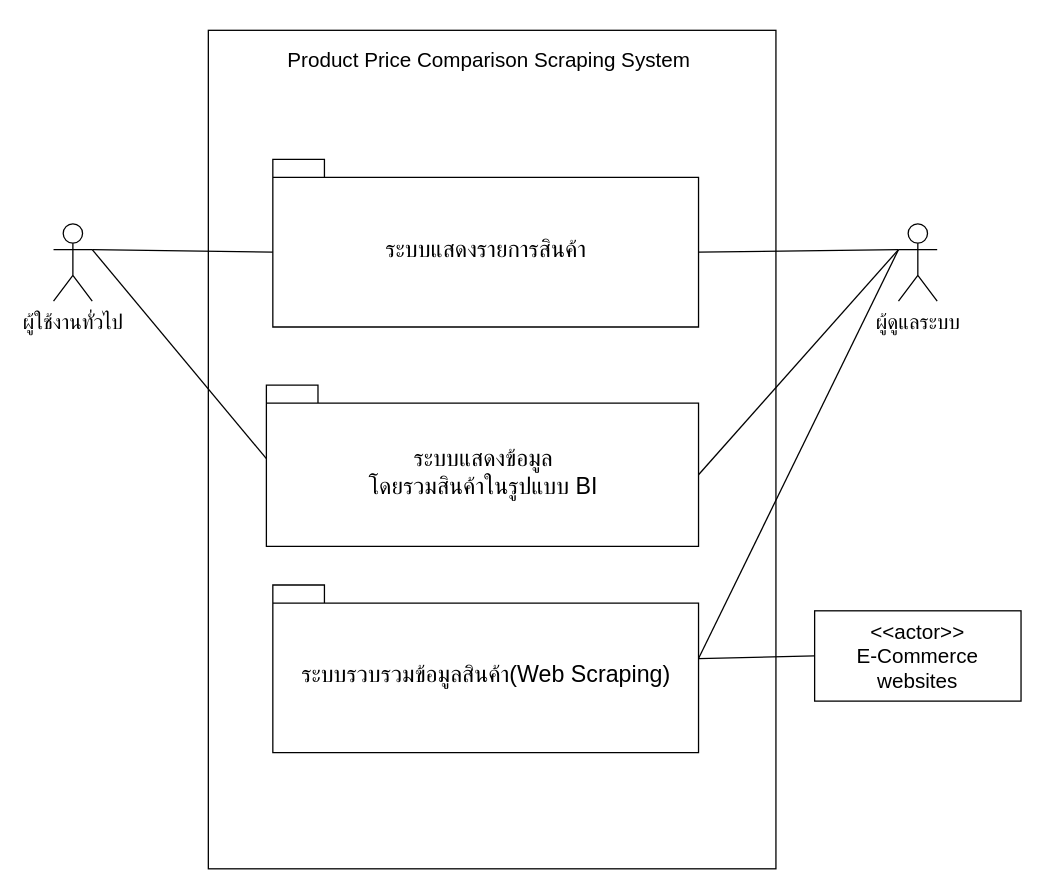
Earlier version of the draw.io diagram Untitled Diagram.drawio (newzyz/Share). Source tidied: cells renumbered, new cells numbered last; positions are measured from the earlier drawing's top-left corner, leaving out a move shared by most shapes. Both pictures are drawn from the tidied source at 129%, with x=0, y=0 at pixel (53, 30).
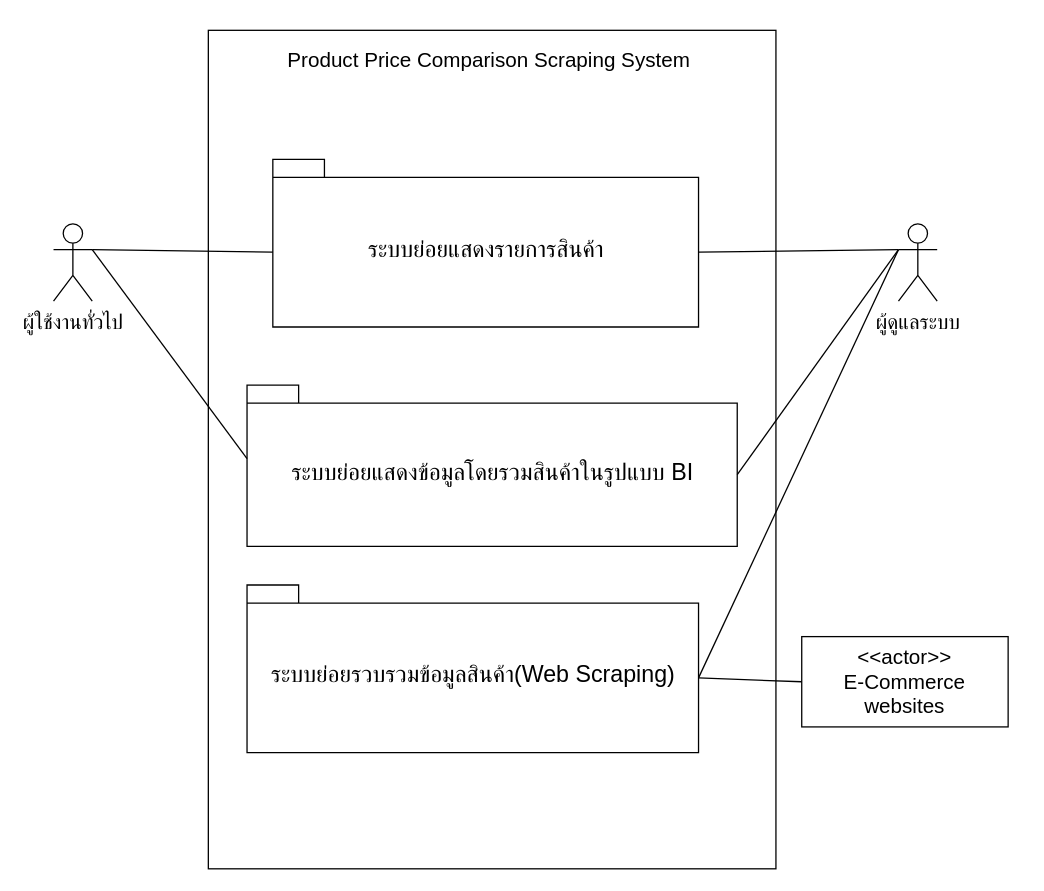
The same diagram, later.

Change to the diagram source:
```diff
@@
 <mxGraphModel>
   <root>
     <mxCell id="0" />
     <mxCell id="1" parent="0" />
     <mxCell id="2" value="&lt;font face=&quot;calibri, sans-serif&quot;&gt;&lt;span style=&quot;font-size: 16px&quot;&gt;&lt;br&gt;Product Price Comparison Scraping System&amp;nbsp;&lt;/span&gt;&lt;/font&gt;" style="rounded=0;whiteSpace=wrap;html=1;spacingTop=-125;spacing=5;spacingBottom=500;" parent="1" vertex="1">
       <mxGeometry x="120" width="440" height="650" as="geometry" />
     </mxCell>
     <mxCell id="3" value="&lt;font style=&quot;font-size: 16px&quot;&gt;ผู้ใช้งานทั่วไป&lt;/font&gt;" style="shape=umlActor;verticalLabelPosition=bottom;verticalAlign=top;html=1;outlineConnect=0;hachureGap=4;" parent="1" vertex="1">
       <mxGeometry y="150" width="30" height="60" as="geometry" />
     </mxCell>
-    <mxCell id="4" value="&lt;font style=&quot;font-size: 18px ; font-weight: normal&quot;&gt;ระบบแสดงรายการสินค้า&lt;/font&gt;" style="shape=folder;fontStyle=1;spacingTop=10;tabWidth=40;tabHeight=14;tabPosition=left;html=1;hachureGap=4;" parent="1" vertex="1">
+    <mxCell id="4" value="&lt;font style=&quot;font-size: 18px ; font-weight: normal&quot;&gt;ระบบย่อยแสดงรายการสินค้า&lt;/font&gt;" style="shape=folder;fontStyle=1;spacingTop=10;tabWidth=40;tabHeight=14;tabPosition=left;html=1;hachureGap=4;" parent="1" vertex="1">
       <mxGeometry x="170" y="100" width="330" height="130" as="geometry" />
     </mxCell>
     <mxCell id="5" style="endArrow=none;html=1;startSize=14;endSize=14;sourcePerimeterSpacing=8;targetPerimeterSpacing=8;entryX=0;entryY=0;entryDx=0;entryDy=72;entryPerimeter=0;exitX=1;exitY=0.3333333333333333;exitDx=0;exitDy=0;exitPerimeter=0;" parent="1" edge="1" source="3" target="4">
       <mxGeometry relative="1" as="geometry" />
     </mxCell>
-    <mxCell id="6" value="&lt;font style=&quot;font-size: 18px ; font-weight: normal&quot;&gt;ระบบแสดงข้อมูล&lt;br&gt;โดยรวมสินค้าในรูปแบบ BI&lt;/font&gt;" style="shape=folder;fontStyle=1;spacingTop=10;tabWidth=40;tabHeight=14;tabPosition=left;html=1;hachureGap=4;" parent="1" vertex="1">
-      <mxGeometry x="165" y="275" width="335" height="125" as="geometry" />
+    <mxCell id="6" value="&lt;font style=&quot;font-size: 18px ; font-weight: normal&quot;&gt;ระบบย่อยแสดงข้อมูลโดยรวมสินค้าในรูปแบบ BI&lt;/font&gt;" style="shape=folder;fontStyle=1;spacingTop=10;tabWidth=40;tabHeight=14;tabPosition=left;html=1;hachureGap=4;" parent="1" vertex="1">
+      <mxGeometry x="150" y="275" width="380" height="125" as="geometry" />
     </mxCell>
     <mxCell id="7" style="endArrow=none;html=1;startSize=14;endSize=14;sourcePerimeterSpacing=8;targetPerimeterSpacing=8;entryX=1;entryY=0.3333333333333333;entryDx=0;entryDy=0;entryPerimeter=0;exitX=0;exitY=0;exitDx=0;exitDy=57;exitPerimeter=0;" parent="1" edge="1" source="6" target="3">
       <mxGeometry relative="1" as="geometry" />
     </mxCell>
-    <mxCell id="8" value="&lt;font style=&quot;font-size: 18px ; font-weight: normal&quot;&gt;ระบบรวบรวมข้อมูลสินค้า(Web Scraping)&lt;/font&gt;" style="shape=folder;fontStyle=1;spacingTop=10;tabWidth=40;tabHeight=14;tabPosition=left;html=1;hachureGap=4;" parent="1" vertex="1">
-      <mxGeometry x="170" y="430" width="330" height="130" as="geometry" />
+    <mxCell id="8" value="&lt;font style=&quot;font-size: 18px ; font-weight: normal&quot;&gt;ระบบย่อยรวบรวมข้อมูลสินค้า(Web Scraping)&lt;/font&gt;" style="shape=folder;fontStyle=1;spacingTop=10;tabWidth=40;tabHeight=14;tabPosition=left;html=1;hachureGap=4;" parent="1" vertex="1">
+      <mxGeometry x="150" y="430" width="350" height="130" as="geometry" />
     </mxCell>
     <mxCell id="9" value="&lt;font style=&quot;font-size: 16px&quot;&gt;&amp;lt;&amp;lt;actor&amp;gt;&amp;gt;&lt;br&gt;E-Commerce websites&lt;/font&gt;" style="rounded=0;whiteSpace=wrap;html=1;hachureGap=4;" parent="1" vertex="1">
-      <mxGeometry x="590" y="450" width="160" height="70" as="geometry" />
+      <mxGeometry x="580" y="470" width="160" height="70" as="geometry" />
     </mxCell>
-    <mxCell id="10" style="endArrow=none;html=1;entryX=0;entryY=0.5;entryDx=0;entryDy=0;exitX=0;exitY=0;exitDx=330;exitDy=57;exitPerimeter=0;" parent="1" edge="1" source="8" target="9">
+    <mxCell id="10" style="endArrow=none;html=1;entryX=0;entryY=0.5;entryDx=0;entryDy=0;exitX=0;exitY=0;exitDx=350;exitDy=72;exitPerimeter=0;" parent="1" edge="1" source="8" target="9">
       <mxGeometry relative="1" as="geometry" />
     </mxCell>
     <mxCell id="11" value="&lt;font style=&quot;font-size: 16px&quot;&gt;ผู้ดูแลระบบ&lt;/font&gt;" style="shape=umlActor;verticalLabelPosition=bottom;verticalAlign=top;html=1;outlineConnect=0;" parent="1" vertex="1">
       <mxGeometry x="655" y="150" width="30" height="60" as="geometry" />
     </mxCell>
-    <mxCell id="12" style="endArrow=none;html=1;entryX=0;entryY=0.3333333333333333;entryDx=0;entryDy=0;entryPerimeter=0;exitX=0;exitY=0;exitDx=330;exitDy=57;exitPerimeter=0;" parent="1" edge="1" source="8" target="11">
+    <mxCell id="12" style="endArrow=none;html=1;entryX=0;entryY=0.3333333333333333;entryDx=0;entryDy=0;entryPerimeter=0;exitX=0;exitY=0;exitDx=350;exitDy=72;exitPerimeter=0;" parent="1" edge="1" source="8" target="11">
       <mxGeometry relative="1" as="geometry" />
     </mxCell>
-    <mxCell id="13" style="endArrow=none;html=1;rounded=0;entryX=0;entryY=0.3333333333333333;entryDx=0;entryDy=0;entryPerimeter=0;exitX=0;exitY=0;exitDx=335;exitDy=69.5;exitPerimeter=0;" parent="1" edge="1" source="6" target="11">
+    <mxCell id="13" style="endArrow=none;html=1;rounded=0;entryX=0;entryY=0.3333333333333333;entryDx=0;entryDy=0;entryPerimeter=0;exitX=0;exitY=0;exitDx=380;exitDy=69.5;exitPerimeter=0;" parent="1" edge="1" source="6" target="11">
       <mxGeometry relative="1" as="geometry" />
     </mxCell>
     <mxCell id="14" style="endArrow=none;html=1;rounded=0;entryX=0;entryY=0.3333333333333333;entryDx=0;entryDy=0;entryPerimeter=0;exitX=0;exitY=0;exitDx=330;exitDy=72;exitPerimeter=0;" parent="1" edge="1" source="4" target="11">
       <mxGeometry relative="1" as="geometry" />
     </mxCell>
   </root>
 </mxGraphModel>
```
